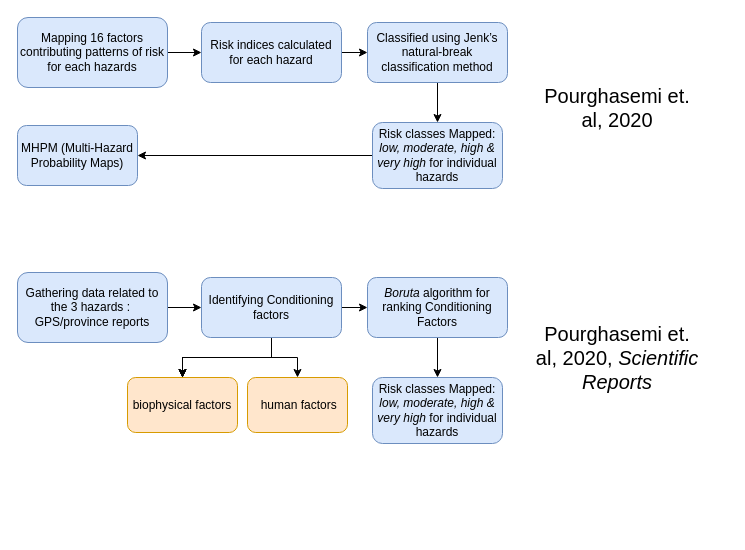
Earlier version of the draw.io diagram ICARS.drawio (rachitiirs/ICARS). Source tidied: cells renumbered, new cells numbered last; positions are measured from the earlier drawing's top-left corner, leaving out a move shared by most shapes. Both pictures are drawn from the tidied source at 100%, with x=0, y=0 at pixel (17, 17).
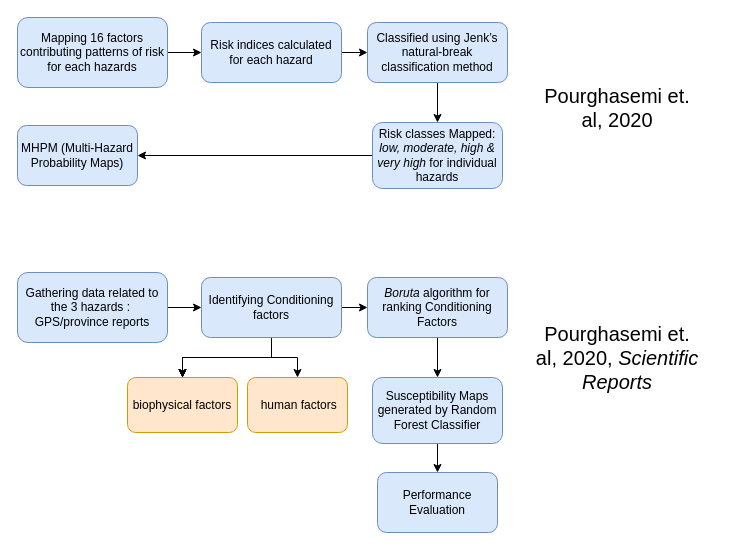
The same diagram, later.

Change to the diagram source:
```diff
@@
+    <mxCell id="27" style="edgeStyle=orthogonalEdgeStyle;rounded=0;jettySize=auto;html=1;" parent="1" edge="1" source="22" target="28">
+      <mxGeometry relative="1" as="geometry" />
+    </mxCell>
-    <mxCell id="22" value="Risk classes Mapped:&lt;div&gt;&lt;i&gt;low,&amp;nbsp;&lt;/i&gt;&lt;span style=&quot;background-color: initial;&quot;&gt;&lt;i&gt;moderate, high &amp;amp; very high &lt;/i&gt;for individual hazards&lt;/span&gt;&lt;/div&gt;" style="whiteSpace=wrap;html=1;rounded=1;glass=0;strokeWidth=1;shadow=0;fillColor=#dae8fc;strokeColor=#6c8ebf;" parent="1" vertex="1">
+    <mxCell id="22" value="Susceptibility Maps generated by Random Forest Classifier" style="whiteSpace=wrap;html=1;rounded=1;glass=0;strokeWidth=1;shadow=0;fillColor=#dae8fc;strokeColor=#6c8ebf;" parent="1" vertex="1">
       <mxGeometry x="355" y="360" width="130" height="66" as="geometry" />
     </mxCell>
@@
+    <mxCell id="28" value="Performance Evaluation" style="whiteSpace=wrap;html=1;fillColor=#dae8fc;strokeColor=#6c8ebf;rounded=1;glass=0;strokeWidth=1;shadow=0;" parent="1" vertex="1">
+      <mxGeometry x="360" y="455" width="120" height="60" as="geometry" />
+    </mxCell>
```
